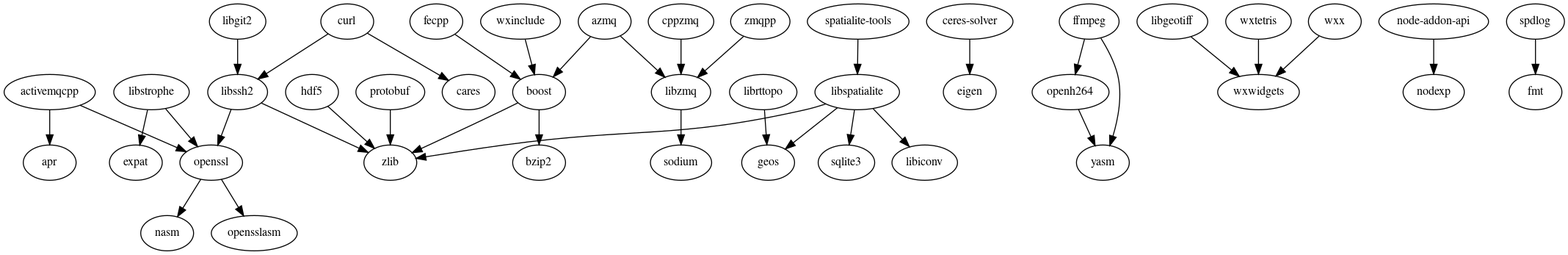
This is cmake/deps.png from externpro/externpro, a Graphviz export, as it was before one commit. Its source is kept beside it as cmake/deps.dot.
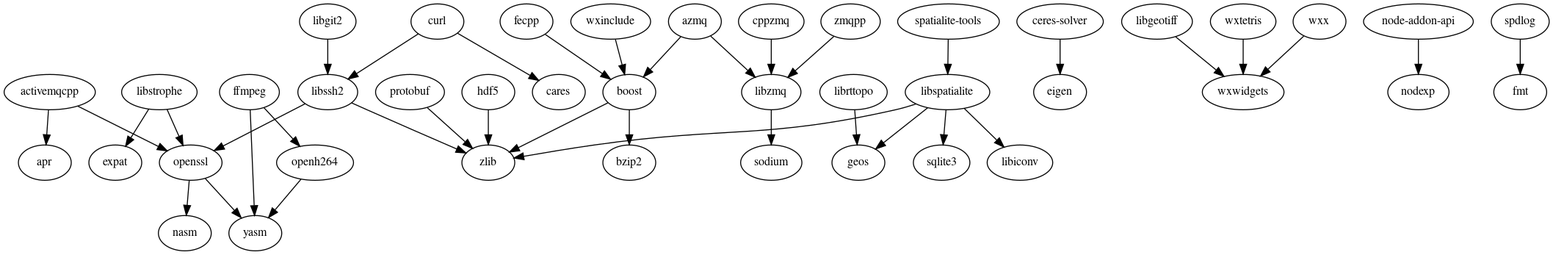
The same file after the commit.

Commit message:
pros: openssl v1.1.1l.1 from github/externpro

What changed in the source:
```diff
@@ -29,7 +29,7 @@
   "node-addon-api" -> "nodexp";
   "openh264" -> "yasm";
   "openssl" -> "nasm";
-  "openssl" -> "opensslasm";
+  "openssl" -> "yasm";
   "protobuf" -> "zlib";
   "spatialite-tools" -> "libspatialite";
   "spdlog" -> "fmt";
```
